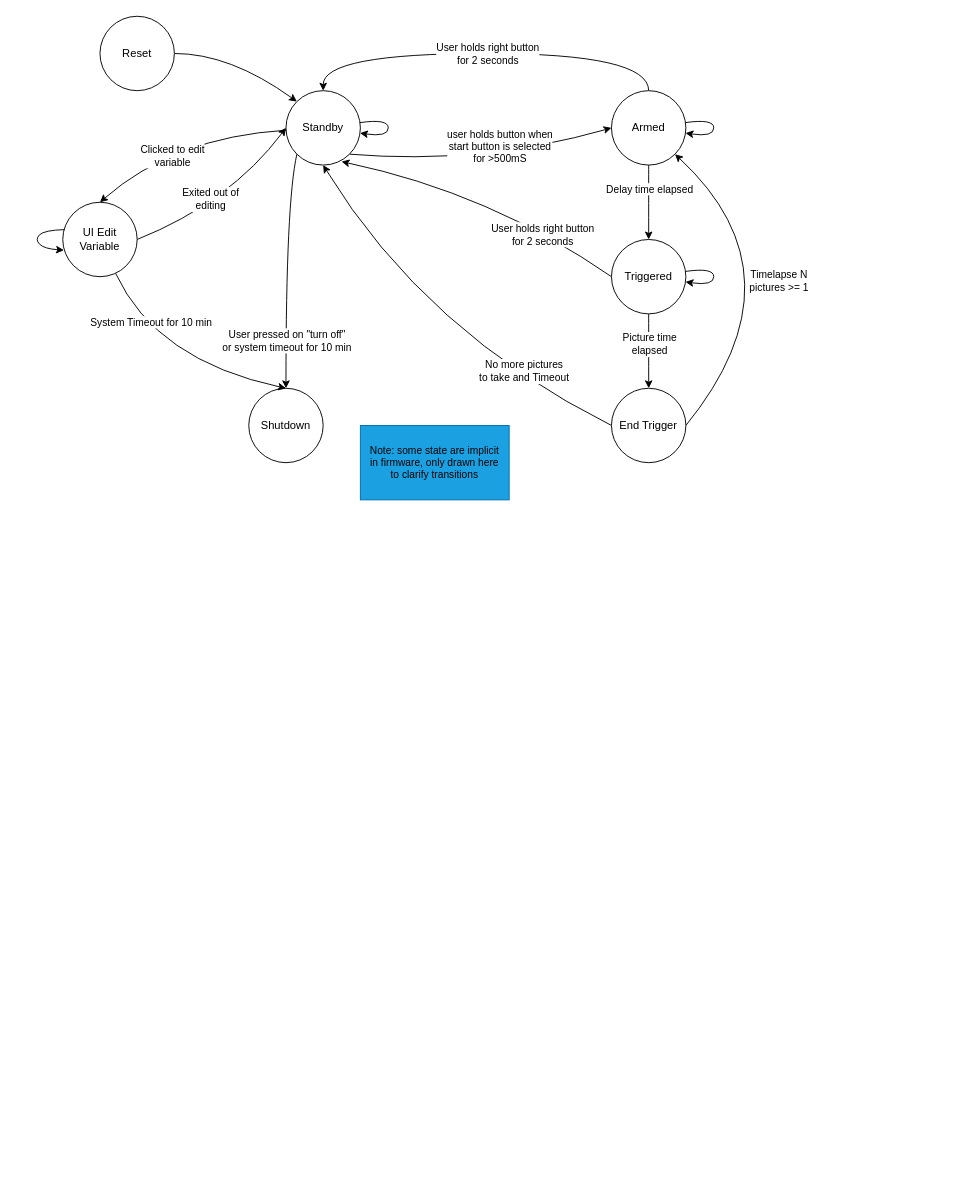
Before: Firmware/StateDiagram.drawio in Electro707/p1010_camera_remote_shutter_v2, a draw.io diagram. Source tidied: cells renumbered, new cells numbered last; positions are measured from the earlier drawing's top-left corner, leaving out a move shared by most shapes. Both pictures are drawn from the tidied source at 93%, with x=0, y=0 at pixel (34, 16).
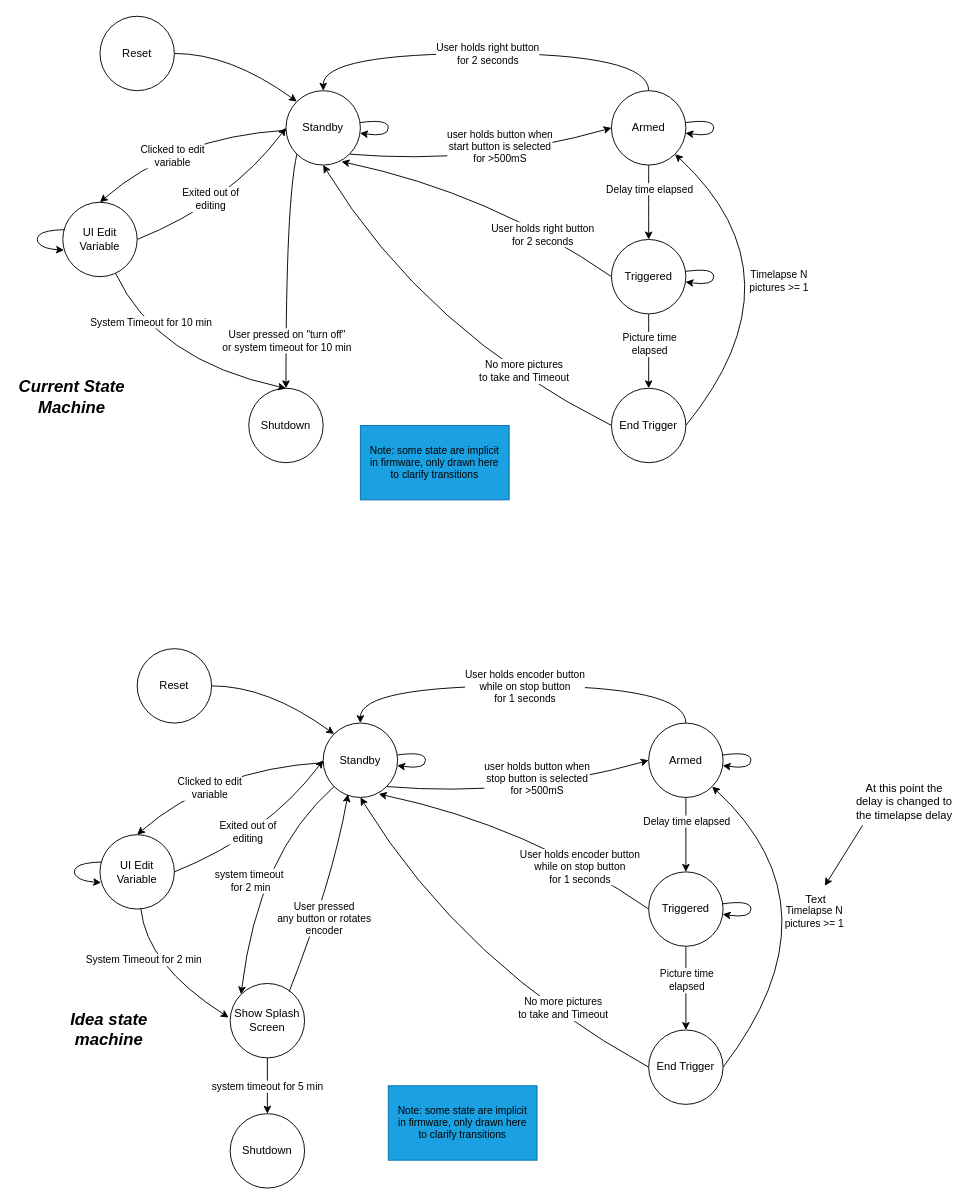
The same diagram, later.

Commit message (it also covers changes not shown here):
Added decremeting text on countdown in firmware. Updated flowchart with proposed one. Updated readme

What changed in the source:
```diff
@@
+    <mxCell id="39" value="Current State Machine" style="text;html=1;align=center;verticalAlign=middle;whiteSpace=wrap;rounded=0;fontSize=18;fontStyle=3;" parent="1" vertex="1">
+      <mxGeometry x="-20" y="370" width="120" height="80" as="geometry" />
+    </mxCell>
+    <mxCell id="40" style="edgeStyle=none;shape=connector;curved=1;rounded=0;jettySize=auto;html=1;entryX=0;entryY=0;entryDx=0;entryDy=0;strokeColor=default;align=center;verticalAlign=middle;fontFamily=Helvetica;fontSize=11;fontColor=default;labelBackgroundColor=default;elbow=vertical;endArrow=classic;exitX=1;exitY=0.5;exitDx=0;exitDy=0;" parent="1" edge="1" source="41" target="48">
+      <mxGeometry relative="1" as="geometry">
+        <Array as="points">
+          <mxPoint x="250" y="720" />
+        </Array>
+      </mxGeometry>
+    </mxCell>
+    <mxCell id="41" value="Reset" style="ellipse;whiteSpace=wrap;html=1;" parent="1" vertex="1">
+      <mxGeometry x="110" y="680" width="80" height="80" as="geometry" />
+    </mxCell>
+    <mxCell id="42" style="edgeStyle=none;shape=connector;curved=1;rounded=0;jettySize=auto;html=1;entryX=0;entryY=0.5;entryDx=0;entryDy=0;strokeColor=default;align=center;verticalAlign=middle;fontFamily=Helvetica;fontSize=11;fontColor=default;labelBackgroundColor=default;elbow=vertical;endArrow=classic;exitX=1;exitY=1;exitDx=0;exitDy=0;flowAnimation=0;" parent="1" edge="1" source="48" target="53">
+      <mxGeometry relative="1" as="geometry">
+        <Array as="points">
+          <mxPoint x="520" y="840" />
+        </Array>
+      </mxGeometry>
+    </mxCell>
+    <mxCell id="43" value="user holds button when&lt;div&gt;stop button is selected&lt;/div&gt;&lt;div&gt;for &amp;gt;500mS&lt;/div&gt;" style="edgeLabel;html=1;align=center;verticalAlign=middle;fontFamily=Helvetica;fontSize=11;fontColor=default;labelBackgroundColor=default;" parent="42" vertex="1">
+      <mxGeometry x="-0.63" y="-1" relative="1" as="geometry">
+        <mxPoint x="108" y="-14" as="offset" />
+      </mxGeometry>
+    </mxCell>
+    <mxCell id="44" style="edgeStyle=none;shape=connector;curved=1;rounded=0;jettySize=auto;html=1;strokeColor=default;align=center;verticalAlign=middle;fontFamily=Helvetica;fontSize=11;fontColor=default;labelBackgroundColor=default;elbow=vertical;endArrow=classic;exitX=0;exitY=1;exitDx=0;exitDy=0;flowAnimation=0;entryX=0;entryY=0;entryDx=0;entryDy=0;" parent="1" edge="1" source="48" target="79">
+      <mxGeometry relative="1" as="geometry">
+        <Array as="points">
+          <mxPoint x="240" y="900" />
+        </Array>
+      </mxGeometry>
+    </mxCell>
+    <mxCell id="45" value="&lt;div&gt;system timeout&amp;nbsp;&lt;/div&gt;&lt;div&gt;for 2 min&lt;/div&gt;" style="edgeLabel;html=1;align=center;verticalAlign=middle;fontFamily=Helvetica;fontSize=11;fontColor=default;labelBackgroundColor=default;" parent="44" vertex="1">
+      <mxGeometry x="0.32" y="2" relative="1" as="geometry">
+        <mxPoint x="-3" y="-35" as="offset" />
+      </mxGeometry>
+    </mxCell>
+    <mxCell id="46" style="edgeStyle=none;shape=connector;curved=1;rounded=0;jettySize=auto;html=1;entryX=0.5;entryY=0;entryDx=0;entryDy=0;strokeColor=default;align=center;verticalAlign=middle;fontFamily=Helvetica;fontSize=11;fontColor=default;labelBackgroundColor=default;elbow=vertical;endArrow=classic;" parent="1" edge="1" source="48" target="69">
+      <mxGeometry relative="1" as="geometry">
+        <Array as="points">
+          <mxPoint x="190" y="810" />
+        </Array>
+      </mxGeometry>
+    </mxCell>
+    <mxCell id="47" value="Clicked to edit&lt;div&gt;variable&lt;/div&gt;" style="edgeLabel;html=1;align=center;verticalAlign=middle;fontFamily=Helvetica;fontSize=11;fontColor=default;labelBackgroundColor=default;" parent="46" vertex="1">
+      <mxGeometry x="0.19" y="13" relative="1" as="geometry" />
+    </mxCell>
+    <mxCell id="48" value="Standby" style="ellipse;whiteSpace=wrap;html=1;" parent="1" vertex="1">
+      <mxGeometry x="310" y="760" width="80" height="80" as="geometry" />
+    </mxCell>
+    <mxCell id="49" style="edgeStyle=none;shape=connector;curved=1;rounded=0;jettySize=auto;html=1;strokeColor=default;align=center;verticalAlign=middle;fontFamily=Helvetica;fontSize=11;fontColor=default;labelBackgroundColor=default;elbow=vertical;endArrow=classic;" parent="1" edge="1" source="53" target="62">
+      <mxGeometry relative="1" as="geometry" />
+    </mxCell>
+    <mxCell id="50" value="Delay time elapsed" style="edgeLabel;html=1;align=center;verticalAlign=middle;fontFamily=Helvetica;fontSize=11;fontColor=default;labelBackgroundColor=default;" parent="49" vertex="1">
+      <mxGeometry x="-0.38" relative="1" as="geometry" />
+    </mxCell>
+    <mxCell id="51" style="edgeStyle=orthogonalEdgeStyle;shape=connector;rounded=0;jettySize=auto;html=1;entryX=0.5;entryY=0;entryDx=0;entryDy=0;strokeColor=default;align=center;verticalAlign=middle;fontFamily=Helvetica;fontSize=11;fontColor=default;labelBackgroundColor=default;elbow=vertical;endArrow=classic;exitX=0.5;exitY=0;exitDx=0;exitDy=0;curved=1;" parent="1" edge="1" source="53" target="48">
+      <mxGeometry relative="1" as="geometry">
+        <Array as="points">
+          <mxPoint x="700" y="720" />
+          <mxPoint x="350" y="720" />
+        </Array>
+      </mxGeometry>
+    </mxCell>
+    <mxCell id="52" value="User holds encoder button&lt;div&gt;while on stop button&lt;br&gt;&lt;div&gt;&lt;div&gt;for 1 seconds&lt;/div&gt;&lt;/div&gt;&lt;/div&gt;" style="edgeLabel;html=1;align=center;verticalAlign=middle;fontFamily=Helvetica;fontSize=11;fontColor=default;labelBackgroundColor=default;" parent="51" vertex="1">
+      <mxGeometry x="0.2" y="32" relative="1" as="geometry">
+        <mxPoint x="44" y="-32" as="offset" />
+      </mxGeometry>
+    </mxCell>
+    <mxCell id="53" value="Armed" style="ellipse;whiteSpace=wrap;html=1;" parent="1" vertex="1">
+      <mxGeometry x="660" y="760" width="80" height="80" as="geometry" />
+    </mxCell>
+    <mxCell id="54" style="edgeStyle=none;shape=connector;curved=1;rounded=0;jettySize=auto;html=1;strokeColor=default;align=center;verticalAlign=middle;fontFamily=Helvetica;fontSize=11;fontColor=default;labelBackgroundColor=default;elbow=vertical;endArrow=classic;exitX=1;exitY=0.5;exitDx=0;exitDy=0;entryX=1;entryY=1;entryDx=0;entryDy=0;" parent="1" edge="1" source="70" target="53">
+      <mxGeometry relative="1" as="geometry">
+        <Array as="points">
+          <mxPoint x="870" y="960" />
+        </Array>
+      </mxGeometry>
+    </mxCell>
+    <mxCell id="55" value="Timelapse N&lt;div&gt;pictures &amp;gt;= 1&lt;/div&gt;" style="edgeLabel;html=1;align=center;verticalAlign=middle;fontFamily=Helvetica;fontSize=11;fontColor=default;labelBackgroundColor=default;" parent="54" vertex="1">
+      <mxGeometry x="-0.2" y="1" relative="1" as="geometry">
+        <mxPoint x="-1" y="-31" as="offset" />
+      </mxGeometry>
+    </mxCell>
+    <mxCell id="56" style="edgeStyle=none;shape=connector;curved=1;rounded=0;jettySize=auto;html=1;entryX=0.5;entryY=1;entryDx=0;entryDy=0;strokeColor=default;align=center;verticalAlign=middle;fontFamily=Helvetica;fontSize=11;fontColor=default;labelBackgroundColor=default;elbow=vertical;endArrow=classic;flowAnimation=0;shadow=0;exitX=0;exitY=0.5;exitDx=0;exitDy=0;" parent="1" edge="1" source="70" target="48">
+      <mxGeometry relative="1" as="geometry">
+        <Array as="points">
+          <mxPoint x="460" y="1020" />
+        </Array>
+      </mxGeometry>
+    </mxCell>
+    <mxCell id="57" value="No more pictures&lt;div&gt;to take and Timeout&lt;/div&gt;" style="edgeLabel;html=1;align=center;verticalAlign=middle;fontFamily=Helvetica;fontSize=11;fontColor=default;labelBackgroundColor=default;" parent="56" vertex="1">
+      <mxGeometry x="-0.48" y="-6" relative="1" as="geometry">
+        <mxPoint x="4" y="-3" as="offset" />
+      </mxGeometry>
+    </mxCell>
+    <mxCell id="58" style="edgeStyle=none;shape=connector;curved=1;rounded=0;jettySize=auto;html=1;entryX=0.747;entryY=0.954;entryDx=0;entryDy=0;strokeColor=default;align=center;verticalAlign=middle;fontFamily=Helvetica;fontSize=11;fontColor=default;labelBackgroundColor=default;elbow=vertical;endArrow=classic;exitX=0;exitY=0.5;exitDx=0;exitDy=0;flowAnimation=0;entryPerimeter=0;" parent="1" edge="1" source="62" target="48">
+      <mxGeometry relative="1" as="geometry">
+        <Array as="points">
+          <mxPoint x="530" y="870" />
+        </Array>
+      </mxGeometry>
+    </mxCell>
+    <mxCell id="59" value="User holds encoder button&lt;div&gt;while on stop button&lt;br&gt;&lt;div&gt;for 1 seconds&lt;/div&gt;&lt;/div&gt;" style="edgeLabel;html=1;align=center;verticalAlign=middle;fontFamily=Helvetica;fontSize=11;fontColor=default;labelBackgroundColor=default;" parent="58" vertex="1">
+      <mxGeometry x="-0.23" y="-33" relative="1" as="geometry">
+        <mxPoint x="9" y="52" as="offset" />
+      </mxGeometry>
+    </mxCell>
+    <mxCell id="60" style="edgeStyle=none;shape=connector;curved=1;rounded=0;jettySize=auto;html=1;entryX=0.5;entryY=0;entryDx=0;entryDy=0;strokeColor=default;align=center;verticalAlign=middle;fontFamily=Helvetica;fontSize=11;fontColor=default;labelBackgroundColor=default;elbow=vertical;endArrow=classic;" parent="1" edge="1" source="62" target="70">
+      <mxGeometry relative="1" as="geometry" />
+    </mxCell>
+    <mxCell id="61" value="Picture time&lt;div&gt;elapsed&lt;/div&gt;" style="edgeLabel;html=1;align=center;verticalAlign=middle;fontFamily=Helvetica;fontSize=11;fontColor=default;labelBackgroundColor=default;" parent="60" vertex="1">
+      <mxGeometry x="-0.21" relative="1" as="geometry" />
+    </mxCell>
+    <mxCell id="62" value="Triggered" style="ellipse;whiteSpace=wrap;html=1;" parent="1" vertex="1">
+      <mxGeometry x="660" y="920" width="80" height="80" as="geometry" />
+    </mxCell>
+    <mxCell id="63" value="Shutdown" style="ellipse;whiteSpace=wrap;html=1;" parent="1" vertex="1">
+      <mxGeometry x="210" y="1180" width="80" height="80" as="geometry" />
+    </mxCell>
+    <mxCell id="64" style="edgeStyle=none;shape=connector;curved=1;rounded=0;jettySize=auto;html=1;exitX=1;exitY=0.5;exitDx=0;exitDy=0;entryX=0;entryY=0.5;entryDx=0;entryDy=0;strokeColor=default;align=center;verticalAlign=middle;fontFamily=Helvetica;fontSize=11;fontColor=default;labelBackgroundColor=default;elbow=vertical;endArrow=classic;" parent="1" edge="1" source="69" target="48">
+      <mxGeometry relative="1" as="geometry">
+        <Array as="points">
+          <mxPoint x="250" y="880" />
+        </Array>
+      </mxGeometry>
+    </mxCell>
+    <mxCell id="65" value="Exited out of&lt;div&gt;editing&lt;/div&gt;" style="edgeLabel;html=1;align=center;verticalAlign=middle;fontFamily=Helvetica;fontSize=11;fontColor=default;labelBackgroundColor=default;" parent="64" vertex="1">
+      <mxGeometry x="-0.14" y="11" relative="1" as="geometry" />
+    </mxCell>
+    <mxCell id="66" style="edgeStyle=none;shape=connector;curved=1;rounded=0;jettySize=auto;html=1;strokeColor=default;align=center;verticalAlign=middle;fontFamily=Helvetica;fontSize=11;fontColor=default;labelBackgroundColor=default;elbow=vertical;endArrow=classic;entryX=-0.02;entryY=0.457;entryDx=0;entryDy=0;entryPerimeter=0;" parent="1" edge="1" source="69" target="79">
+      <mxGeometry relative="1" as="geometry">
+        <Array as="points">
+          <mxPoint x="120" y="1020" />
+        </Array>
+      </mxGeometry>
+    </mxCell>
+    <mxCell id="67" value="&lt;div&gt;System Timeout for 2 min&lt;/div&gt;" style="edgeLabel;html=1;align=center;verticalAlign=middle;fontFamily=Helvetica;fontSize=11;fontColor=default;labelBackgroundColor=default;" parent="66" vertex="1">
+      <mxGeometry x="-0.49" y="12" relative="1" as="geometry">
+        <mxPoint x="-14" y="14" as="offset" />
+      </mxGeometry>
+    </mxCell>
+    <mxCell id="68" style="edgeStyle=none;shape=connector;curved=1;rounded=0;orthogonalLoop=1;jettySize=auto;html=1;strokeColor=default;align=center;verticalAlign=middle;fontFamily=Helvetica;fontSize=11;fontColor=default;labelBackgroundColor=default;elbow=vertical;endArrow=classic;entryX=0.016;entryY=0.644;entryDx=0;entryDy=0;entryPerimeter=0;exitX=0.031;exitY=0.367;exitDx=0;exitDy=0;exitPerimeter=0;" parent="1" edge="1" source="69" target="69">
+      <mxGeometry relative="1" as="geometry">
+        <Array as="points">
+          <mxPoint x="50" y="910" />
+          <mxPoint x="40" y="920" />
+          <mxPoint x="50" y="930" />
+        </Array>
+      </mxGeometry>
+    </mxCell>
+    <mxCell id="69" value="UI Edit Variable" style="ellipse;whiteSpace=wrap;html=1;" parent="1" vertex="1">
+      <mxGeometry x="70" y="880" width="80" height="80" as="geometry" />
+    </mxCell>
+    <mxCell id="70" value="End Trigger" style="ellipse;whiteSpace=wrap;html=1;" parent="1" vertex="1">
+      <mxGeometry x="660" y="1090" width="80" height="80" as="geometry" />
+    </mxCell>
+    <mxCell id="71" value="Note: some state are implicit in firmware, only drawn here to clarify transitions" style="text;strokeColor=#006EAF;align=center;fillColor=#1ba1e2;html=1;verticalAlign=middle;whiteSpace=wrap;rounded=0;fontFamily=Helvetica;fontSize=11;fontColor=default;labelBackgroundColor=none;spacingLeft=5;spacingRight=5;spacingBottom=5;spacingTop=5;" parent="1" vertex="1">
+      <mxGeometry x="380" y="1150" width="160" height="80" as="geometry" />
+    </mxCell>
+    <mxCell id="72" style="edgeStyle=none;shape=connector;curved=1;rounded=0;orthogonalLoop=1;jettySize=auto;html=1;strokeColor=default;align=center;verticalAlign=middle;fontFamily=Helvetica;fontSize=11;fontColor=default;labelBackgroundColor=default;elbow=vertical;endArrow=classic;" parent="1" edge="1" source="53" target="53">
+      <mxGeometry relative="1" as="geometry">
+        <Array as="points">
+          <mxPoint x="770" y="800" />
+        </Array>
+      </mxGeometry>
+    </mxCell>
+    <mxCell id="73" style="edgeStyle=none;shape=connector;curved=1;rounded=0;orthogonalLoop=1;jettySize=auto;html=1;strokeColor=default;align=center;verticalAlign=middle;fontFamily=Helvetica;fontSize=11;fontColor=default;labelBackgroundColor=default;elbow=vertical;endArrow=classic;" parent="1" edge="1" source="62" target="62">
+      <mxGeometry relative="1" as="geometry">
+        <Array as="points">
+          <mxPoint x="770" y="960" />
+        </Array>
+      </mxGeometry>
+    </mxCell>
+    <mxCell id="74" style="edgeStyle=none;shape=connector;curved=1;rounded=0;orthogonalLoop=1;jettySize=auto;html=1;entryX=0.068;entryY=0.778;entryDx=0;entryDy=0;entryPerimeter=0;strokeColor=default;align=center;verticalAlign=middle;fontFamily=Helvetica;fontSize=11;fontColor=default;labelBackgroundColor=default;elbow=vertical;endArrow=classic;" parent="1" edge="1" source="69" target="69">
+      <mxGeometry relative="1" as="geometry" />
+    </mxCell>
+    <mxCell id="75" style="edgeStyle=none;shape=connector;curved=1;rounded=0;orthogonalLoop=1;jettySize=auto;html=1;strokeColor=default;align=center;verticalAlign=middle;fontFamily=Helvetica;fontSize=11;fontColor=default;labelBackgroundColor=default;elbow=vertical;endArrow=classic;" parent="1" edge="1" source="48" target="48">
+      <mxGeometry relative="1" as="geometry">
+        <Array as="points">
+          <mxPoint x="420" y="800" />
+        </Array>
+      </mxGeometry>
+    </mxCell>
+    <mxCell id="76" value="Idea state machine" style="text;html=1;align=center;verticalAlign=middle;whiteSpace=wrap;rounded=0;fontSize=18;fontStyle=3;" parent="1" vertex="1">
+      <mxGeometry x="20" y="1050" width="120" height="80" as="geometry" />
+    </mxCell>
+    <mxCell id="77" style="edgeStyle=orthogonalEdgeStyle;rounded=0;jettySize=auto;html=1;" parent="1" edge="1" source="79" target="63">
+      <mxGeometry relative="1" as="geometry" />
+    </mxCell>
+    <mxCell id="78" value="system timeout for 5 min" style="edgeLabel;html=1;align=center;verticalAlign=middle;" parent="77" vertex="1">
+      <mxGeometry x="-0.01" y="-1" relative="1" as="geometry" />
+    </mxCell>
+    <mxCell id="79" value="Show Splash Screen" style="ellipse;whiteSpace=wrap;html=1;" parent="1" vertex="1">
+      <mxGeometry x="210" y="1040" width="80" height="80" as="geometry" />
+    </mxCell>
+    <mxCell id="80" style="rounded=0;jettySize=auto;html=1;entryX=0.333;entryY=0.956;entryDx=0;entryDy=0;entryPerimeter=0;exitX=0.793;exitY=0.109;exitDx=0;exitDy=0;exitPerimeter=0;curved=1;" parent="1" edge="1" source="79" target="48">
+      <mxGeometry relative="1" as="geometry">
+        <Array as="points">
+          <mxPoint x="320" y="930" />
+        </Array>
+      </mxGeometry>
+    </mxCell>
+    <mxCell id="81" value="User pressed&lt;div&gt;any button or rotates&lt;/div&gt;&lt;div&gt;encoder&lt;/div&gt;" style="edgeLabel;html=1;align=center;verticalAlign=middle;" parent="80" vertex="1">
+      <mxGeometry x="0.22" y="-6" relative="1" as="geometry">
+        <mxPoint x="-17" y="47" as="offset" />
+      </mxGeometry>
+    </mxCell>
+    <mxCell id="82" style="endArrow=classic;html=1;rounded=0;" parent="1" edge="1" target="83">
+      <mxGeometry relative="1" as="geometry">
+        <mxPoint x="890" y="870" as="sourcePoint" />
+      </mxGeometry>
+    </mxCell>
+    <mxCell id="83" value="Text" style="text;html=1;align=center;verticalAlign=middle;whiteSpace=wrap;rounded=0;" parent="1" vertex="1">
+      <mxGeometry x="810" y="935" width="60" height="30" as="geometry" />
+    </mxCell>
+    <mxCell id="84" value="At this point the delay is changed to the timelapse delay" style="text;html=1;align=center;verticalAlign=middle;whiteSpace=wrap;rounded=0;" parent="1" vertex="1">
+      <mxGeometry x="880" y="830" width="110" height="30" as="geometry" />
+    </mxCell>
```
